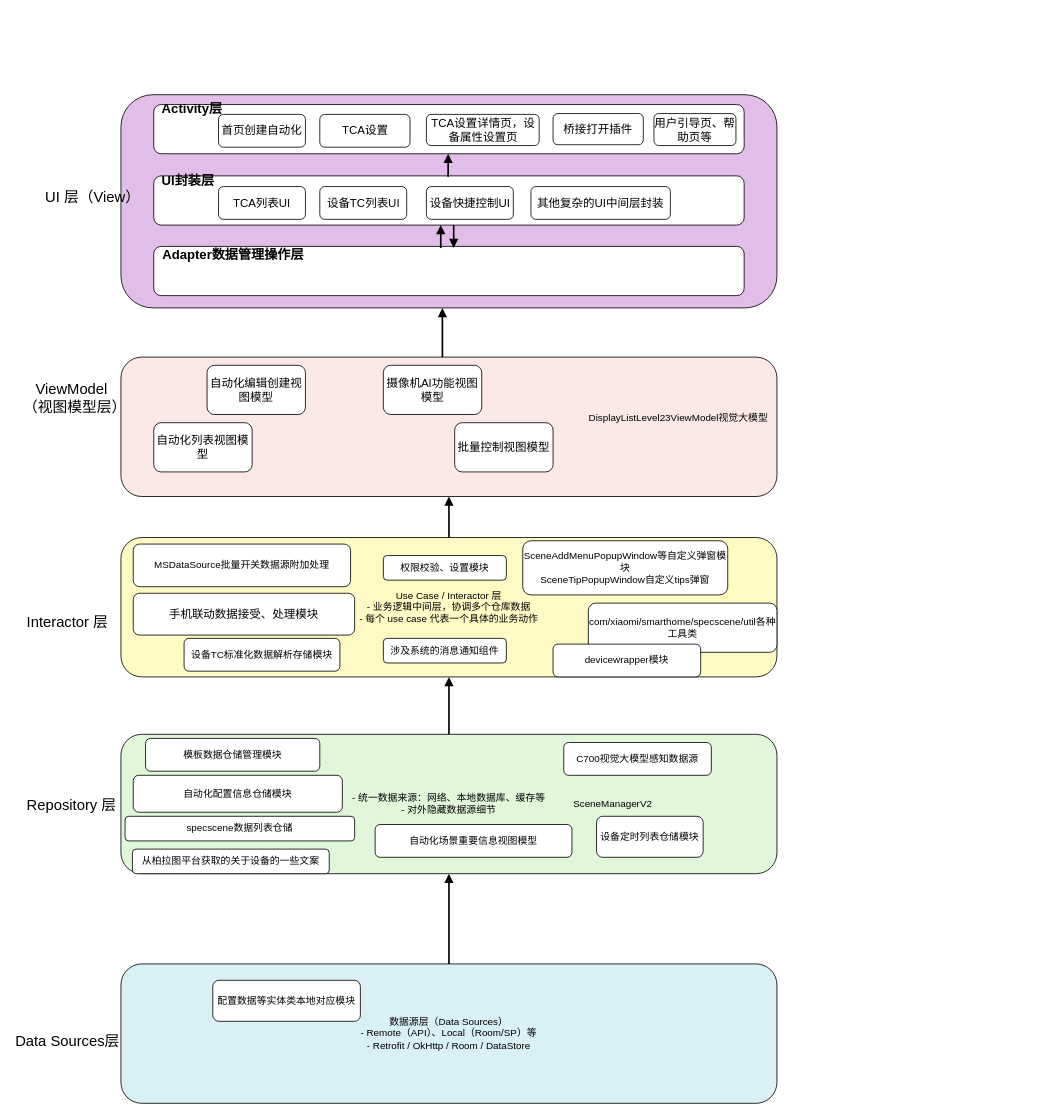
The draw.io diagram autofenceng.drawio in WljclW/coolweather, before the edit. Source tidied: cells renumbered, new cells numbered last; positions are measured from the earlier drawing's top-left corner, leaving out a move shared by most shapes. Both pictures are drawn from the tidied source at 82%, with x=0, y=0 at pixel (14, 94).
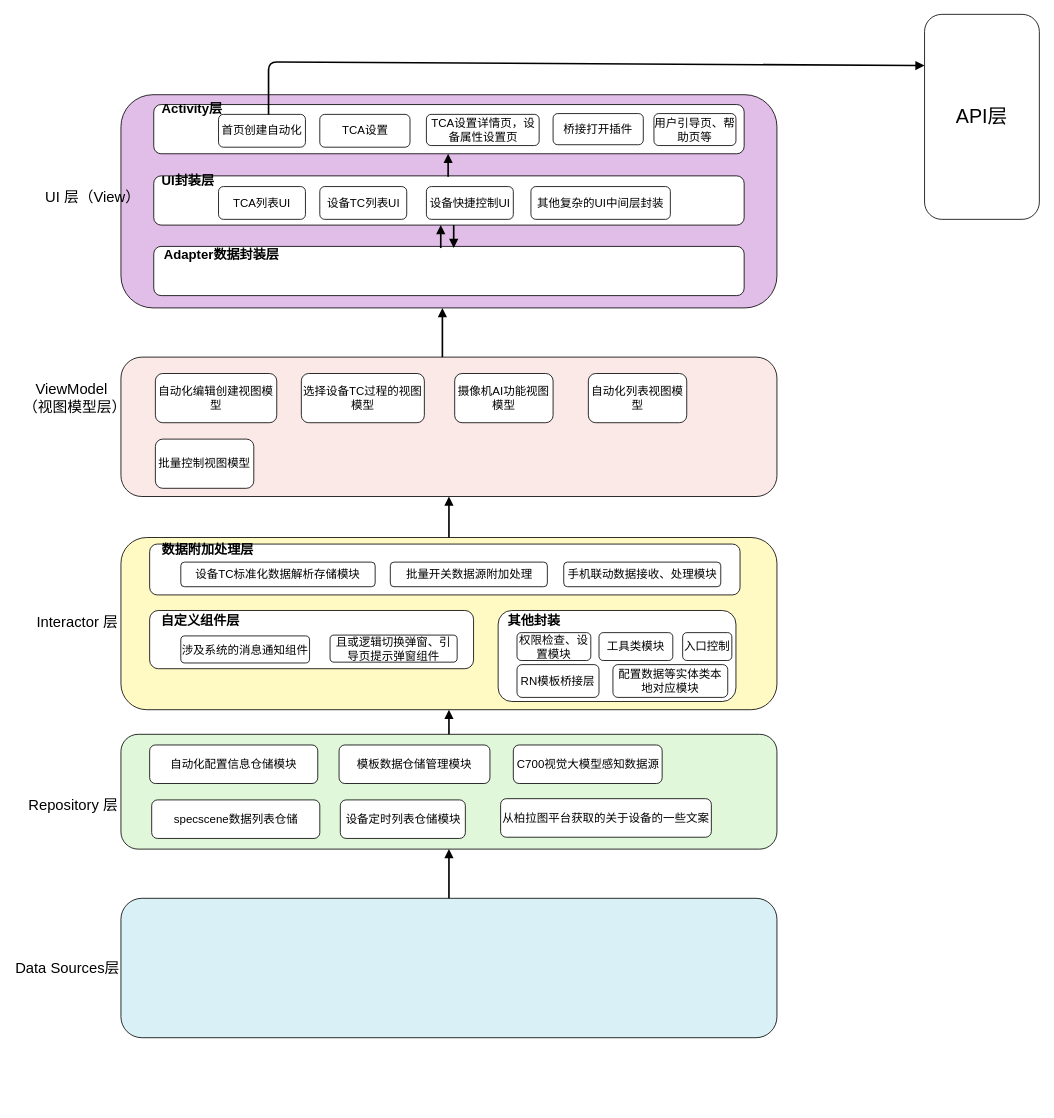
After the change.

Diff of the diagram source:
```diff
@@
-    <mxCell id="2" value="数据源层（Data Sources）&#10;- Remote（API）、Local（Room/SP）等&#10;- Retrofit / OkHttp / Room / DataStore" style="shape=rectangle;whiteSpace=wrap;rounded=1;fillColor=#DAF0F7;strokeColor=#000000;" parent="1" vertex="1">
-      <mxGeometry x="130" y="1060" width="800" height="170" as="geometry" />
+    <mxCell id="2" style="shape=rectangle;whiteSpace=wrap;rounded=1;fillColor=#DAF0F7;strokeColor=#000000;" parent="1" vertex="1">
+      <mxGeometry x="130" y="980" width="800" height="170" as="geometry" />
     </mxCell>
-    <mxCell id="3" value="&#10;- 统一数据来源：网络、本地数据库、缓存等&#10;- 对外隐藏数据源细节&#10;" style="shape=rectangle;whiteSpace=wrap;rounded=1;fillColor=#E0F7DA;strokeColor=#000000;" parent="1" vertex="1">
-      <mxGeometry x="130" y="780" width="800" height="170" as="geometry" />
+    <mxCell id="3" value="&#10;" style="shape=rectangle;whiteSpace=wrap;rounded=1;fillColor=#E0F7DA;strokeColor=#000000;" parent="1" vertex="1">
+      <mxGeometry x="130" y="780" width="800" height="140" as="geometry" />
     </mxCell>
-    <mxCell id="4" value="Use Case / Interactor 层&#10;- 业务逻辑中间层，协调多个仓库数据&#10;- 每个 use case 代表一个具体的业务动作" style="shape=rectangle;whiteSpace=wrap;rounded=1;fillColor=#FFF9C4;strokeColor=#000000;" parent="1" vertex="1">
-      <mxGeometry x="130" y="540" width="800" height="170" as="geometry" />
+    <mxCell id="4" style="shape=rectangle;whiteSpace=wrap;rounded=1;fillColor=#FFF9C4;strokeColor=#000000;" parent="1" vertex="1">
+      <mxGeometry x="130" y="540" width="800" height="210" as="geometry" />
     </mxCell>
@@
     <mxCell id="11" value="&lt;font style=&quot;font-size: 18px;&quot;&gt;Data Sources层&lt;/font&gt;" style="text;html=1;align=center;verticalAlign=middle;whiteSpace=wrap;rounded=0;" parent="1" vertex="1">
-      <mxGeometry y="1139" width="130" height="30" as="geometry" />
+      <mxGeometry y="1050" width="130" height="30" as="geometry" />
     </mxCell>
     <mxCell id="12" value="&lt;font style=&quot;font-size: 18px;&quot;&gt;Repository 层&lt;/font&gt;" style="text;html=1;align=center;verticalAlign=middle;whiteSpace=wrap;rounded=0;" parent="1" vertex="1">
-      <mxGeometry x="10" y="852" width="120" height="30" as="geometry" />
+      <mxGeometry x="12" y="852" width="120" height="30" as="geometry" />
     </mxCell>
-    <mxCell id="13" value="SceneManagerV2" style="text;html=1;align=center;verticalAlign=middle;whiteSpace=wrap;rounded=0;" parent="1" vertex="1">
-      <mxGeometry x="700" y="850" width="60" height="30" as="geometry" />
-    </mxCell>
     <mxCell id="14" value="&lt;font style=&quot;font-size: 18px;&quot;&gt;Interactor 层&lt;/font&gt;" style="text;html=1;align=center;verticalAlign=middle;whiteSpace=wrap;rounded=0;" parent="1" vertex="1">
-      <mxGeometry x="10" y="629" width="110" height="30" as="geometry" />
+      <mxGeometry x="22" y="629" width="110" height="30" as="geometry" />
     </mxCell>
@@
-    <mxCell id="17" value="DisplayListLevel23ViewModel视觉大模型" style="text;html=1;align=center;verticalAlign=middle;whiteSpace=wrap;rounded=0;" parent="1" vertex="1">
-      <mxGeometry x="690" y="380" width="240" height="30" as="geometry" />
-    </mxCell>
-    <mxCell id="18" value="&lt;font style=&quot;font-size: 14px;&quot;&gt;手机联动数据接受、处理模块&lt;/font&gt;" style="rounded=1;whiteSpace=wrap;html=1;" parent="1" vertex="1">
-      <mxGeometry x="145" y="608" width="270" height="51" as="geometry" />
-    </mxCell>
-    <mxCell id="19" value="MSDataSource批量开关数据源附加处理" style="rounded=1;whiteSpace=wrap;html=1;" parent="1" vertex="1">
-      <mxGeometry x="145" y="548" width="265" height="52" as="geometry" />
-    </mxCell>
-    <mxCell id="20" value="SceneAddMenuPopupWindow等自定义弹窗模块&lt;br&gt;SceneTipPopupWindow自定义tips弹窗" style="rounded=1;whiteSpace=wrap;html=1;" parent="1" vertex="1">
-      <mxGeometry x="620" y="544" width="250" height="66" as="geometry" />
-    </mxCell>
-    <mxCell id="21" value="com/xiaomi/smarthome/specscene/util各种工具类" style="rounded=1;whiteSpace=wrap;html=1;" parent="1" vertex="1">
-      <mxGeometry x="700" y="620" width="230" height="60" as="geometry" />
-    </mxCell>
-    <mxCell id="22" value="&lt;span style=&quot;white-space: pre;&quot;&gt;specscene数据列表仓储&lt;/span&gt;" style="rounded=1;whiteSpace=wrap;html=1;" parent="1" vertex="1">
-      <mxGeometry x="135" y="880" width="280" height="30" as="geometry" />
-    </mxCell>
-    <mxCell id="23" value="&lt;div style=&quot;white-space: pre;&quot;&gt;模板数据仓储管理模块&lt;/div&gt;" style="rounded=1;whiteSpace=wrap;html=1;" parent="1" vertex="1">
-      <mxGeometry x="160" y="785" width="212.5" height="40" as="geometry" />
+    <mxCell id="23" value="&lt;div style=&quot;white-space: pre;&quot;&gt;&lt;font style=&quot;font-size: 14px;&quot;&gt;模板数据仓储管理模块&lt;/font&gt;&lt;/div&gt;" style="rounded=1;whiteSpace=wrap;html=1;" parent="1" vertex="1">
+      <mxGeometry x="396" y="793" width="184" height="47" as="geometry" />
     </mxCell>
-    <mxCell id="24" value="&lt;span style=&quot;white-space: pre;&quot; class=&quot;text-only text-with-abbreviation text-with-abbreviation-bottomline windows-bottomline&quot;&gt;设备TC标准化&lt;/span&gt;&lt;span style=&quot;white-space: pre;&quot; class=&quot;text-only&quot;&gt;数据解析存储模块&lt;/span&gt;" style="rounded=1;whiteSpace=wrap;html=1;" parent="1" vertex="1">
-      <mxGeometry x="207" y="663" width="190" height="40" as="geometry" />
-    </mxCell>
-    <mxCell id="25" value="&lt;span style=&quot;white-space: pre;&quot;&gt;自动化配置信息仓储模块&lt;/span&gt;" style="rounded=1;whiteSpace=wrap;html=1;" parent="1" vertex="1">
-      <mxGeometry x="145" y="830" width="255" height="45" as="geometry" />
+    <mxCell id="25" value="&lt;span style=&quot;white-space: pre;&quot;&gt;&lt;font style=&quot;font-size: 14px;&quot;&gt;自动化配置信息仓储模块&lt;/font&gt;&lt;/span&gt;" style="rounded=1;whiteSpace=wrap;html=1;" parent="1" vertex="1">
+      <mxGeometry x="165" y="793" width="205" height="47" as="geometry" />
     </mxCell>
     <mxCell id="26" value="&lt;font style=&quot;font-size: 14px;&quot;&gt;自动化编辑创建视图模型&lt;/font&gt;" style="rounded=1;whiteSpace=wrap;html=1;" parent="1" vertex="1">
-      <mxGeometry x="235" y="330" width="120" height="60" as="geometry" />
+      <mxGeometry x="172" y="340" width="148" height="60" as="geometry" />
     </mxCell>
     <mxCell id="27" value="&lt;font style=&quot;font-size: 14px;&quot;&gt;自动化列表视图模型&lt;/font&gt;" style="rounded=1;whiteSpace=wrap;html=1;" parent="1" vertex="1">
-      <mxGeometry x="170" y="400" width="120" height="60" as="geometry" />
+      <mxGeometry x="700" y="340" width="120" height="60" as="geometry" />
     </mxCell>
-    <mxCell id="28" value="&lt;div class=&quot;message-container&quot;&gt;&lt;div class=&quot;js-message-item message-item message-self message-is-p2p text-message&quot; id=&quot;7535846296423301228&quot;&gt;&lt;div style=&quot;display: contents;&quot;&gt;&lt;div class=&quot;message-right&quot;&gt;&lt;div class=&quot;message-section&quot;&gt;&lt;div id=&quot;animation-anchor-7535846296423301228&quot; class=&quot;MessageContextMenuTrigger MessageContextMenuTrigger--scene-chatSelfMessage message-section-left message-section-newFileCard&quot;&gt;&lt;div class=&quot;undefined MessageActionPermissionWrapper&quot;&gt;&lt;div class=&quot;message-content-container&quot;&gt;&lt;div class=&quot;catch-resize-observer-dom message-content&quot;&gt;&lt;div class=&quot;message-text MessageActionPermissionWrapper&quot; role=&quot;text-message&quot;&gt;&lt;div class=&quot;limit-height-container&quot;&gt;&lt;div class=&quot;wrapper&quot;&gt;&lt;div class=&quot;&quot;&gt;&lt;pre&gt;&lt;div class=&quot;richTextContainer&quot;&gt;&lt;span style=&quot;font-family: Helvetica; white-space: normal;&quot;&gt;自动化场景重要信息视图模型&lt;/span&gt;&lt;br&gt;&lt;/div&gt;&lt;/pre&gt;&lt;/div&gt;&lt;/div&gt;&lt;/div&gt;&lt;/div&gt;&lt;/div&gt;&lt;/div&gt;&lt;/div&gt;&lt;/div&gt;&lt;div class=&quot;message-section-right&quot;&gt;&lt;div class=&quot;message-flag&quot;&gt;&lt;/div&gt;&lt;div&gt;&lt;/div&gt;&lt;div&gt;&lt;div class=&quot;toolbar-panel&quot;&gt;&lt;div class=&quot;toolbar-item praise&quot;&gt;&lt;span class=&quot;universe-icon&quot;&gt;&lt;/span&gt;&lt;/div&gt;&lt;div class=&quot;toolbar-item reply&quot;&gt;&lt;span class=&quot;universe-icon toolbar-item-icon&quot;&gt;&lt;/span&gt;&lt;/div&gt;&lt;div class=&quot;toolbar-item&quot;&gt;&lt;span class=&quot;universe-icon toolbar-item-icon&quot;&gt;&lt;/span&gt;&lt;/div&gt;&lt;div class=&quot;toolbar-item reply&quot;&gt;&lt;span class=&quot;universe-icon toolbar-item-icon&quot;&gt;&lt;/span&gt;&lt;/div&gt;&lt;div class=&quot;toolbar-item more&quot;&gt;&lt;span class=&quot;universe-icon toolbar-item-icon&quot;&gt;&lt;/span&gt;&lt;/div&gt;&lt;/div&gt;&lt;/div&gt;&lt;/div&gt;&lt;/div&gt;&lt;div class=&quot;message-meta message-meta__rit&quot;&gt;&lt;div class=&quot;message-meta-nowrap&quot;&gt;&lt;/div&gt;&lt;div class=&quot;message-meta-wrap&quot;&gt;&lt;/div&gt;&lt;div class=&quot;message-meta-wrap&quot;&gt;&lt;/div&gt;&lt;div class=&quot;message-meta-nowrap&quot;&gt;&lt;/div&gt;&lt;div class=&quot;message-meta-nowrap multi-select-show&quot;&gt;&lt;/div&gt;&lt;div class=&quot;message-meta-wrap&quot;&gt;&lt;/div&gt;&lt;/div&gt;&lt;/div&gt;&lt;/div&gt;&lt;/div&gt;&lt;/div&gt;&lt;div class=&quot;message-bottomDetector&quot;&gt;&lt;/div&gt;" style="rounded=1;whiteSpace=wrap;html=1;" parent="1" vertex="1">
-      <mxGeometry x="440" y="890" width="240" height="40" as="geometry" />
-    </mxCell>
-    <mxCell id="29" value="设备定时列表仓储模块" style="rounded=1;whiteSpace=wrap;html=1;" parent="1" vertex="1">
-      <mxGeometry x="710" y="880" width="130" height="50" as="geometry" />
+    <mxCell id="29" value="&lt;font style=&quot;font-size: 14px;&quot;&gt;设备定时列表仓储模块&lt;/font&gt;" style="rounded=1;whiteSpace=wrap;html=1;" parent="1" vertex="1">
+      <mxGeometry x="397.5" y="860" width="152.5" height="47" as="geometry" />
     </mxCell>
-    <mxCell id="30" value="C700视觉大模型感知数据源" style="rounded=1;whiteSpace=wrap;html=1;" parent="1" vertex="1">
-      <mxGeometry x="670" y="790" width="180" height="40" as="geometry" />
+    <mxCell id="30" value="&lt;font style=&quot;font-size: 14px;&quot;&gt;C700视觉大模型感知数据源&lt;/font&gt;" style="rounded=1;whiteSpace=wrap;html=1;" parent="1" vertex="1">
+      <mxGeometry x="608.5" y="793" width="181.5" height="47" as="geometry" />
     </mxCell>
-    <mxCell id="31" value="&lt;div style=&quot;white-space: pre;&quot;&gt;涉及系统的消息通知组件&lt;/div&gt;" style="rounded=1;whiteSpace=wrap;html=1;" parent="1" vertex="1">
-      <mxGeometry x="450" y="663" width="150" height="30" as="geometry" />
-    </mxCell>
-    <mxCell id="32" value="&lt;div style=&quot;white-space: pre;&quot;&gt;权限校验、设置模块&lt;/div&gt;" style="rounded=1;whiteSpace=wrap;html=1;" parent="1" vertex="1">
-      <mxGeometry x="450" y="562" width="150" height="30" as="geometry" />
-    </mxCell>
-    <mxCell id="33" value="配置数据等实体类本地对应模块" style="rounded=1;whiteSpace=wrap;html=1;" parent="1" vertex="1">
-      <mxGeometry x="242" y="1080" width="180" height="50" as="geometry" />
-    </mxCell>
-    <mxCell id="34" value="devicewrapper模块" style="rounded=1;whiteSpace=wrap;html=1;" parent="1" vertex="1">
-      <mxGeometry x="657" y="670" width="180" height="40" as="geometry" />
-    </mxCell>
-    <mxCell id="35" value="&lt;div style=&quot;white-space: pre;&quot;&gt;从柏拉图平台获取的关于设备的一些文案&lt;/div&gt;" style="rounded=1;whiteSpace=wrap;html=1;" parent="1" vertex="1">
-      <mxGeometry x="144" y="920" width="240" height="30" as="geometry" />
-    </mxCell>
@@
-    <mxCell id="50" value="&lt;font style=&quot;font-size: 16px;&quot;&gt;&lt;b&gt;Adapter数据管理操作层&lt;/b&gt;&lt;/font&gt;" style="text;html=1;align=center;verticalAlign=middle;whiteSpace=wrap;rounded=0;" parent="1" vertex="1">
-      <mxGeometry x="172" y="180" width="190" height="30" as="geometry" />
+    <mxCell id="50" value="&lt;font style=&quot;font-size: 16px;&quot;&gt;&lt;b&gt;Adapter数据封装层&lt;/b&gt;&lt;/font&gt;" style="text;html=1;align=center;verticalAlign=middle;whiteSpace=wrap;rounded=0;" parent="1" vertex="1">
+      <mxGeometry x="158" y="180" width="190" height="30" as="geometry" />
     </mxCell>
@@
     <mxCell id="54" value="&lt;span style=&quot;font-size: 14px;&quot;&gt;批量控制视图模型&lt;/span&gt;" style="rounded=1;whiteSpace=wrap;html=1;" parent="1" vertex="1">
-      <mxGeometry x="537" y="400" width="120" height="60" as="geometry" />
+      <mxGeometry x="172" y="420" width="120" height="60" as="geometry" />
     </mxCell>
     <mxCell id="55" value="&lt;font style=&quot;font-size: 14px;&quot;&gt;摄像机AI功能视图模型&lt;/font&gt;" style="rounded=1;whiteSpace=wrap;html=1;" parent="1" vertex="1">
-      <mxGeometry x="450" y="330" width="120" height="60" as="geometry" />
+      <mxGeometry x="537" y="340" width="120" height="60" as="geometry" />
     </mxCell>
+    <mxCell id="56" value="&lt;font style=&quot;font-size: 14px;&quot;&gt;选择设备TC过程的视图模型&lt;/font&gt;" style="rounded=1;whiteSpace=wrap;html=1;" parent="1" vertex="1">
+      <mxGeometry x="350" y="340" width="150" height="60" as="geometry" />
+    </mxCell>
+    <mxCell id="57" style="rounded=1;whiteSpace=wrap;html=1;" parent="1" vertex="1">
+      <mxGeometry x="165" y="548" width="720" height="62" as="geometry" />
+    </mxCell>
+    <mxCell id="58" value="&lt;font style=&quot;font-size: 16px;&quot;&gt;&lt;b&gt;数据附加处理层&lt;/b&gt;&lt;/font&gt;" style="text;html=1;align=center;verticalAlign=middle;whiteSpace=wrap;rounded=0;" parent="1" vertex="1">
+      <mxGeometry x="171" y="540" width="130" height="30" as="geometry" />
+    </mxCell>
+    <mxCell id="24" value="&lt;font style=&quot;font-size: 14px;&quot;&gt;&lt;span style=&quot;white-space: pre;&quot; class=&quot;text-only text-with-abbreviation text-with-abbreviation-bottomline windows-bottomline&quot;&gt;设备TC标准化&lt;/span&gt;&lt;span style=&quot;white-space: pre;&quot; class=&quot;text-only&quot;&gt;数据解析存储模块&lt;/span&gt;&lt;/font&gt;" style="rounded=1;whiteSpace=wrap;html=1;" parent="1" vertex="1">
+      <mxGeometry x="203" y="570" width="237" height="30" as="geometry" />
+    </mxCell>
+    <mxCell id="59" value="&lt;font style=&quot;font-size: 14px;&quot;&gt;批量开关数据源附加处理&lt;/font&gt;" style="rounded=1;whiteSpace=wrap;html=1;" parent="1" vertex="1">
+      <mxGeometry x="458.5" y="570" width="191.5" height="30" as="geometry" />
+    </mxCell>
+    <mxCell id="60" value="&lt;span style=&quot;font-size: 14px;&quot;&gt;手机联动数据接收、处理模块&lt;/span&gt;" style="rounded=1;whiteSpace=wrap;html=1;" parent="1" vertex="1">
+      <mxGeometry x="670" y="570" width="191.5" height="30" as="geometry" />
+    </mxCell>
+    <mxCell id="61" style="rounded=1;whiteSpace=wrap;html=1;" parent="1" vertex="1">
+      <mxGeometry x="165" y="629" width="395" height="71" as="geometry" />
+    </mxCell>
+    <mxCell id="62" value="&lt;font style=&quot;font-size: 16px;&quot;&gt;&lt;b&gt;自定义组件层&lt;/b&gt;&lt;/font&gt;" style="text;html=1;align=center;verticalAlign=middle;whiteSpace=wrap;rounded=0;" parent="1" vertex="1">
+      <mxGeometry x="162" y="626" width="130" height="30" as="geometry" />
+    </mxCell>
+    <mxCell id="31" value="&lt;span style=&quot;white-space: pre;&quot;&gt;&lt;font style=&quot;font-size: 14px;&quot;&gt;涉及系统的消息通知组件&lt;/font&gt;&lt;/span&gt;" style="rounded=1;whiteSpace=wrap;html=1;" parent="1" vertex="1">
+      <mxGeometry x="203" y="660" width="157" height="33" as="geometry" />
+    </mxCell>
+    <mxCell id="63" value="&lt;font style=&quot;font-size: 14px;&quot;&gt;且或逻辑切换弹窗、引导页提示弹窗组件&lt;/font&gt;" style="rounded=1;whiteSpace=wrap;html=1;" parent="1" vertex="1">
+      <mxGeometry x="385" y="659" width="155" height="33" as="geometry" />
+    </mxCell>
+    <mxCell id="64" style="rounded=1;whiteSpace=wrap;html=1;" parent="1" vertex="1">
+      <mxGeometry x="590" y="629" width="290" height="111" as="geometry" />
+    </mxCell>
+    <mxCell id="65" value="&lt;font style=&quot;font-size: 16px;&quot;&gt;&lt;b&gt;其他封装&lt;/b&gt;&lt;/font&gt;" style="text;html=1;align=center;verticalAlign=middle;whiteSpace=wrap;rounded=0;" parent="1" vertex="1">
+      <mxGeometry x="569" y="626" width="130" height="30" as="geometry" />
+    </mxCell>
+    <mxCell id="66" value="&lt;font style=&quot;font-size: 14px;&quot;&gt;权限检查、设置模块&lt;/font&gt;" style="rounded=1;whiteSpace=wrap;html=1;" parent="1" vertex="1">
+      <mxGeometry x="613" y="656" width="90" height="34" as="geometry" />
+    </mxCell>
+    <mxCell id="67" value="&lt;font style=&quot;font-size: 14px;&quot;&gt;工具类模块&lt;/font&gt;" style="rounded=1;whiteSpace=wrap;html=1;" parent="1" vertex="1">
+      <mxGeometry x="713" y="656" width="90" height="34" as="geometry" />
+    </mxCell>
+    <mxCell id="68" value="&lt;font style=&quot;font-size: 14px;&quot;&gt;入口控制&lt;/font&gt;" style="rounded=1;whiteSpace=wrap;html=1;" parent="1" vertex="1">
+      <mxGeometry x="815" y="656" width="60" height="34" as="geometry" />
+    </mxCell>
+    <mxCell id="22" value="&lt;span style=&quot;white-space: pre;&quot;&gt;&lt;font style=&quot;font-size: 14px;&quot;&gt;specscene数据列表仓储&lt;/font&gt;&lt;/span&gt;" style="rounded=1;whiteSpace=wrap;html=1;" parent="1" vertex="1">
+      <mxGeometry x="167.5" y="860" width="205" height="47" as="geometry" />
+    </mxCell>
+    <mxCell id="35" value="&lt;span style=&quot;white-space: pre;&quot;&gt;&lt;font style=&quot;font-size: 14px;&quot;&gt;从柏拉图平台获取的关于设备的一些文案&lt;/font&gt;&lt;/span&gt;" style="rounded=1;whiteSpace=wrap;html=1;" parent="1" vertex="1">
+      <mxGeometry x="593" y="858.5" width="257" height="47" as="geometry" />
+    </mxCell>
+    <mxCell id="69" value="&lt;font style=&quot;font-size: 14px;&quot;&gt;RN模板桥接层&lt;/font&gt;" style="rounded=1;whiteSpace=wrap;html=1;" parent="1" vertex="1">
+      <mxGeometry x="613" y="695" width="100" height="40" as="geometry" />
+    </mxCell>
+    <mxCell id="33" value="&lt;font style=&quot;font-size: 14px;&quot;&gt;配置数据等实体类本地对应模块&lt;/font&gt;" style="rounded=1;whiteSpace=wrap;html=1;" parent="1" vertex="1">
+      <mxGeometry x="730" y="695" width="140" height="40" as="geometry" />
+    </mxCell>
+    <mxCell id="70" value="&lt;font style=&quot;font-size: 24px;&quot;&gt;API层&lt;/font&gt;" style="rounded=1;whiteSpace=wrap;html=1;" parent="1" vertex="1">
+      <mxGeometry x="1110" y="-98" width="140" height="250" as="geometry" />
+    </mxCell>
+    <mxCell id="71" style="endArrow=block;strokeWidth=2;entryX=0;entryY=0.25;entryDx=0;entryDy=0;" parent="1" edge="1" target="70">
+      <mxGeometry relative="1" as="geometry">
+        <mxPoint x="310" y="24" as="sourcePoint" />
+        <Array as="points">
+          <mxPoint x="310" y="-40" />
+        </Array>
+      </mxGeometry>
+    </mxCell>
```
